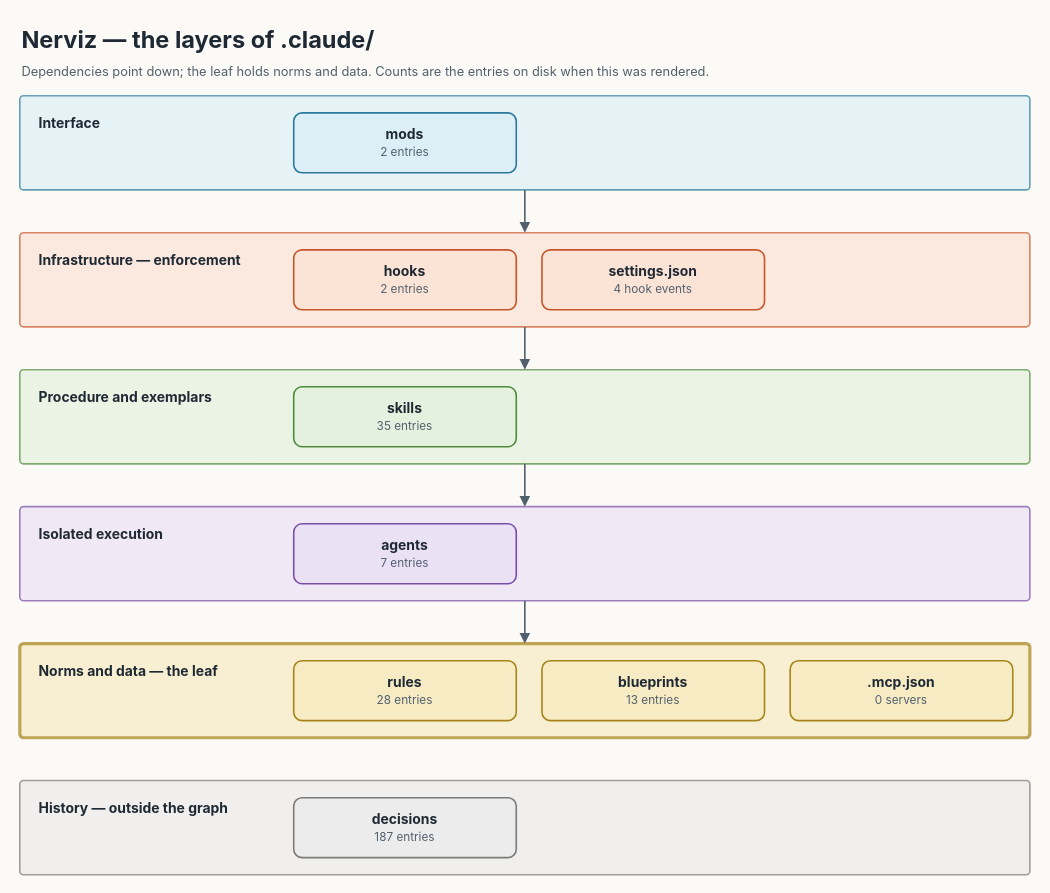
Before: docs/diagrams/layers/layers.drawio in nerviz-ai/nerviz, a draw.io diagram. Source tidied: cells renumbered, new cells numbered last; positions are measured from the earlier drawing's top-left corner, leaving out a move shared by most shapes. Both pictures are drawn from the tidied source at 107%, with x=0, y=0 at pixel (19, 18).
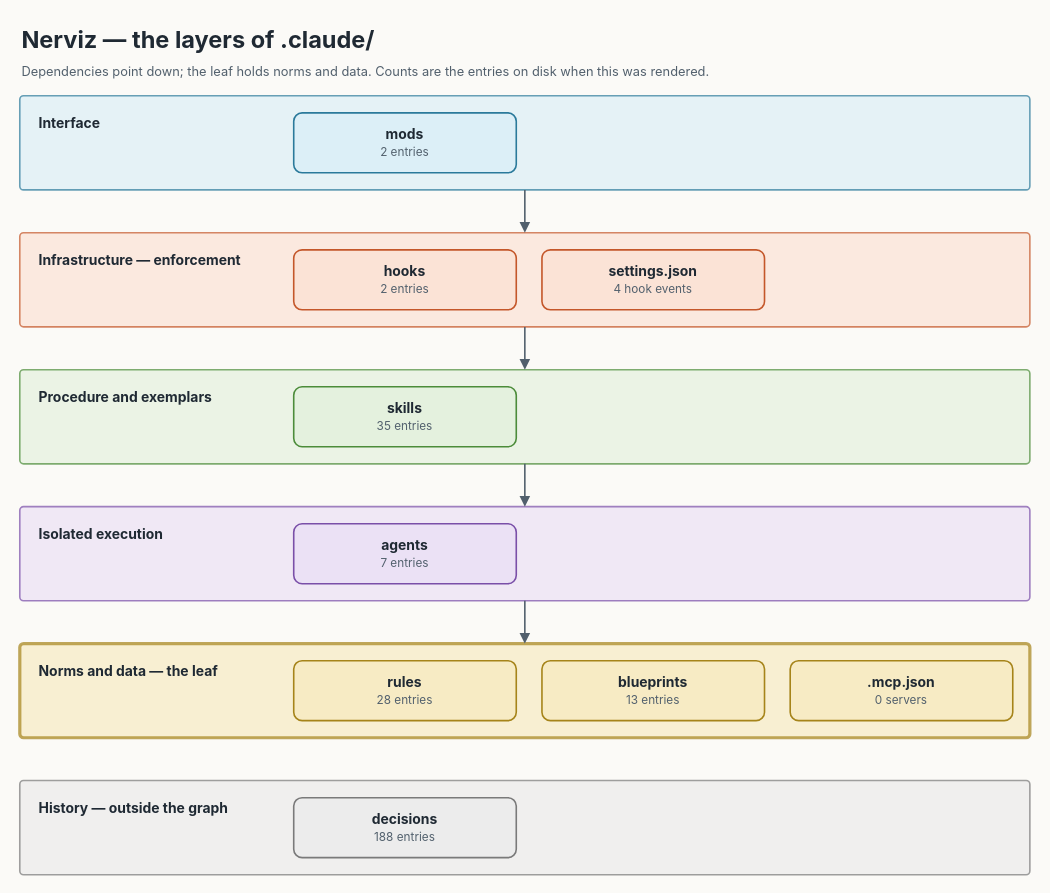
Above is the later version.

What changed in the source:
```diff
@@
-    <mxCell id="17" value="&lt;b&gt;decisions&lt;/b&gt;&lt;br/&gt;&lt;font style=&quot;font-size:11px&quot; color=&quot;#52606D&quot;&gt;187 entries&lt;/font&gt;" style="rounded=1;arcSize=14;html=1;whiteSpace=wrap;fontSize=13;fontFamily=Inter;fontColor=#1F2933;fillColor=#ECECEC;strokeColor=#7A7A7A;strokeWidth=1.5;" parent="1" vertex="1">
+    <mxCell id="17" value="&lt;b&gt;decisions&lt;/b&gt;&lt;br/&gt;&lt;font style=&quot;font-size:11px&quot; color=&quot;#52606D&quot;&gt;188 entries&lt;/font&gt;" style="rounded=1;arcSize=14;html=1;whiteSpace=wrap;fontSize=13;fontFamily=Inter;fontColor=#1F2933;fillColor=#ECECEC;strokeColor=#7A7A7A;strokeWidth=1.5;" parent="1" vertex="1">
       <mxGeometry x="256" y="728" width="208" height="56" as="geometry" />
     </mxCell>
```
